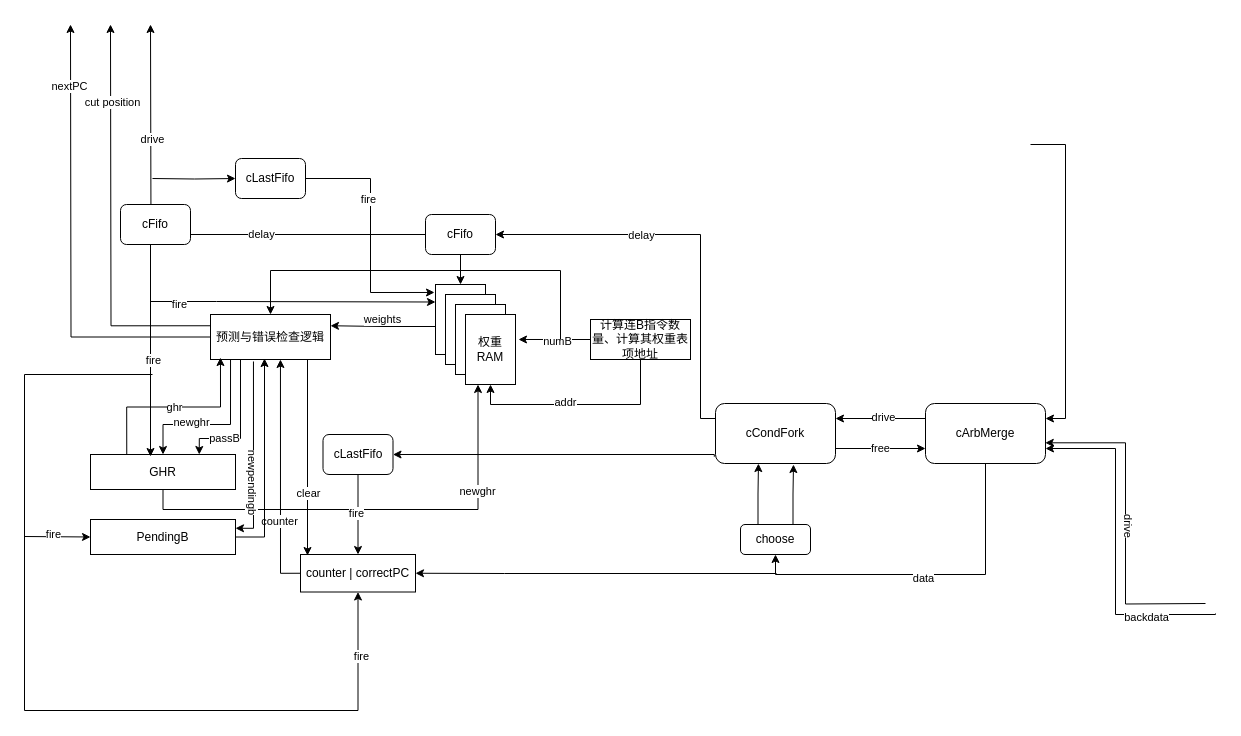
Above: page "BProcess" (2 of 2) of asyncFrontendOverview.drawio in zhangxm99/LZUcomputer (draw.io), before the change. Source tidied: cells renumbered, new cells numbered last; positions are measured from the earlier drawing's top-left corner, leaving out a move shared by most shapes. Both pictures are drawn from the tidied source at 100%, with x=0, y=0 at pixel (24, 24).
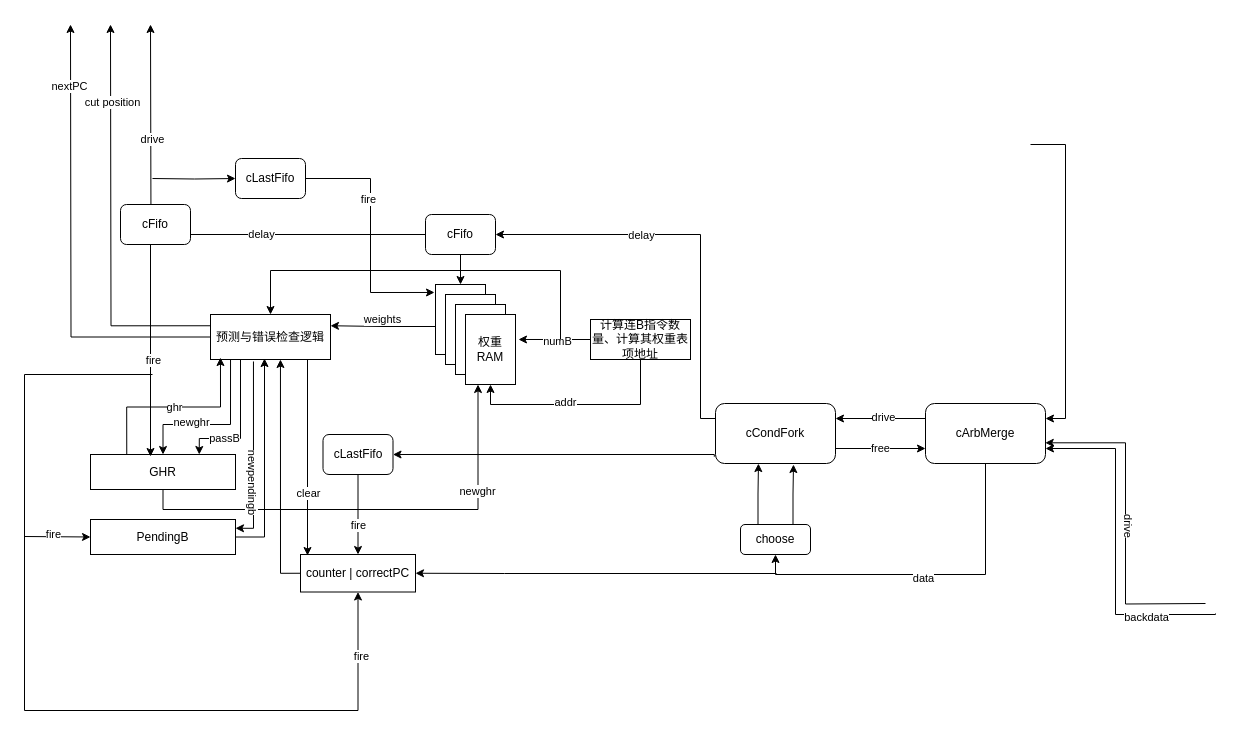
The same page after the edit.

Unchanged cells that the change refers to:
```xml
<mxCell id="33" style="rounded=0;whiteSpace=wrap;html=1;" parent="1" vertex="1">
  <mxGeometry x="411" y="260" width="50" height="70" as="geometry" />
</mxCell>
<mxCell id="60" style="edgeStyle=orthogonalEdgeStyle;rounded=0;jettySize=auto;html=1;exitX=0.5;exitY=1;exitDx=0;exitDy=0;entryX=0.5;entryY=0;entryDx=0;entryDy=0;" parent="1" edge="1" source="62" target="56">
  <mxGeometry relative="1" as="geometry" />
</mxCell>
<mxCell id="63" style="edgeStyle=orthogonalEdgeStyle;rounded=0;jettySize=auto;html=1;exitX=0;exitY=0.5;exitDx=0;exitDy=0;entryX=0.583;entryY=1;entryDx=0;entryDy=0;entryPerimeter=0;" parent="1" edge="1" source="56" target="47">
  <mxGeometry relative="1" as="geometry">
    <Array as="points">
      <mxPoint x="256" y="549" />
    </Array>
  </mxGeometry>
</mxCell>
```

The edit, as a diff of the source:
```diff
@@
-    <mxCell id="31" style="edgeStyle=orthogonalEdgeStyle;rounded=0;jettySize=auto;html=1;exitX=0;exitY=0.25;exitDx=0;exitDy=0;entryX=0;entryY=0.25;entryDx=0;entryDy=0;" parent="1" edge="1" target="33">
-      <mxGeometry relative="1" as="geometry">
-        <mxPoint x="126" y="278.1" as="sourcePoint" />
-        <Array as="points">
-          <mxPoint x="192" y="277" />
-          <mxPoint x="192" y="277" />
-        </Array>
-      </mxGeometry>
-    </mxCell>
-    <mxCell id="32" value="fire" style="edgeLabel;html=1;align=center;verticalAlign=middle;" parent="31" vertex="1">
-      <mxGeometry x="-0.79" y="-2" relative="1" as="geometry" />
-    </mxCell>
@@
     <mxCell id="61" value="fire" style="edgeLabel;html=1;align=center;verticalAlign=middle;" parent="60" vertex="1">
       <mxGeometry x="-0.04" y="-3" relative="1" as="geometry">
-        <mxPoint x="1" as="offset" />
+        <mxPoint x="3" y="12" as="offset" />
       </mxGeometry>
     </mxCell>
@@
-    <mxCell id="64" value="counter" style="edgeLabel;html=1;align=center;verticalAlign=middle;" parent="63" vertex="1">
-      <mxGeometry x="-0.38" y="1" relative="1" as="geometry" />
-    </mxCell>
```
